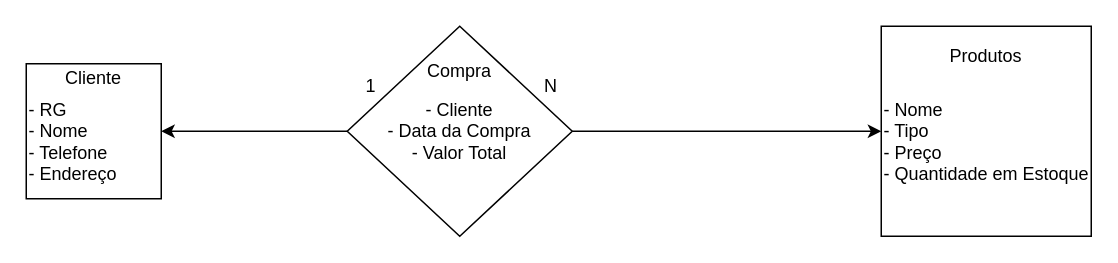
Above: Floricultura.drawio in Dandiels/Diagramas-de-Banco-de-Dados (draw.io), before the change. Source tidied: cells renumbered, new cells numbered last; positions are measured from the earlier drawing's top-left corner, leaving out a move shared by most shapes. Both pictures are drawn from the tidied source at 150%, with x=0, y=0 at pixel (26, 26).
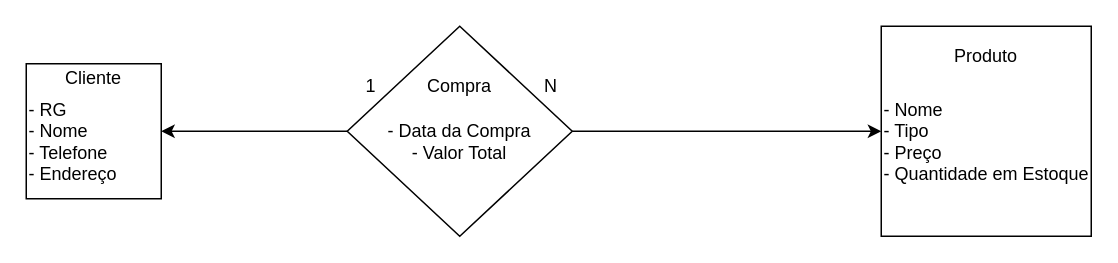
After the change.

Diff of the diagram source:
```diff
@@
 <mxGraphModel>
   <root>
     <mxCell id="0" />
     <mxCell id="1" parent="0" />
     <mxCell id="2" value="&lt;br&gt;- RG&lt;br&gt;- Nome&lt;br&gt;- Telefone&lt;br&gt;- Endereço" style="whiteSpace=wrap;html=1;align=left;" parent="1" vertex="1">
       <mxGeometry y="25" width="90" height="90" as="geometry" />
     </mxCell>
     <mxCell id="3" value="Cliente" style="text;html=1;strokeColor=none;fillColor=none;align=center;verticalAlign=middle;whiteSpace=wrap;rounded=0;" parent="1" vertex="1">
       <mxGeometry x="15" y="20" width="60" height="30" as="geometry" />
     </mxCell>
     <mxCell id="4" style="edgeStyle=orthogonalEdgeStyle;rounded=0;jettySize=auto;html=1;" parent="1" edge="1" source="6" target="7">
       <mxGeometry relative="1" as="geometry" />
     </mxCell>
     <mxCell id="5" style="edgeStyle=orthogonalEdgeStyle;rounded=0;jettySize=auto;html=1;entryX=1;entryY=0.5;entryDx=0;entryDy=0;" parent="1" edge="1" source="6" target="2">
       <mxGeometry relative="1" as="geometry" />
     </mxCell>
-    <mxCell id="6" value="- Cliente&lt;br&gt;- Data da Compra&lt;br&gt;- Valor Total" style="rhombus;whiteSpace=wrap;html=1;" parent="1" vertex="1">
+    <mxCell id="6" value="&lt;br&gt;- Data da Compra&lt;br&gt;- Valor Total" style="rhombus;whiteSpace=wrap;html=1;" parent="1" vertex="1">
       <mxGeometry x="214" width="150" height="140" as="geometry" />
     </mxCell>
     <mxCell id="7" value="&lt;br&gt;- Nome&lt;br&gt;- Tipo&lt;br&gt;- Preço&lt;br&gt;- Quantidade em Estoque" style="whiteSpace=wrap;html=1;align=left;" parent="1" vertex="1">
       <mxGeometry x="570" width="140" height="140" as="geometry" />
     </mxCell>
-    <mxCell id="8" value="Produtos" style="text;html=1;strokeColor=none;fillColor=none;align=center;verticalAlign=middle;whiteSpace=wrap;rounded=0;" parent="1" vertex="1">
+    <mxCell id="8" value="Produto" style="text;html=1;strokeColor=none;fillColor=none;align=center;verticalAlign=middle;whiteSpace=wrap;rounded=0;" parent="1" vertex="1">
       <mxGeometry x="610" width="60" height="40" as="geometry" />
     </mxCell>
     <mxCell id="9" value="1" style="text;html=1;strokeColor=none;fillColor=none;align=center;verticalAlign=middle;whiteSpace=wrap;rounded=0;" parent="1" vertex="1">
       <mxGeometry x="200" y="25" width="60" height="30" as="geometry" />
     </mxCell>
     <mxCell id="10" value="Compra" style="text;html=1;strokeColor=none;fillColor=none;align=center;verticalAlign=middle;whiteSpace=wrap;rounded=0;" parent="1" vertex="1">
-      <mxGeometry x="259" y="15" width="60" height="30" as="geometry" />
+      <mxGeometry x="259" y="25" width="60" height="30" as="geometry" />
     </mxCell>
     <mxCell id="11" value="N" style="text;html=1;strokeColor=none;fillColor=none;align=center;verticalAlign=middle;whiteSpace=wrap;rounded=0;" parent="1" vertex="1">
       <mxGeometry x="320" y="25" width="60" height="30" as="geometry" />
     </mxCell>
   </root>
 </mxGraphModel>
```
